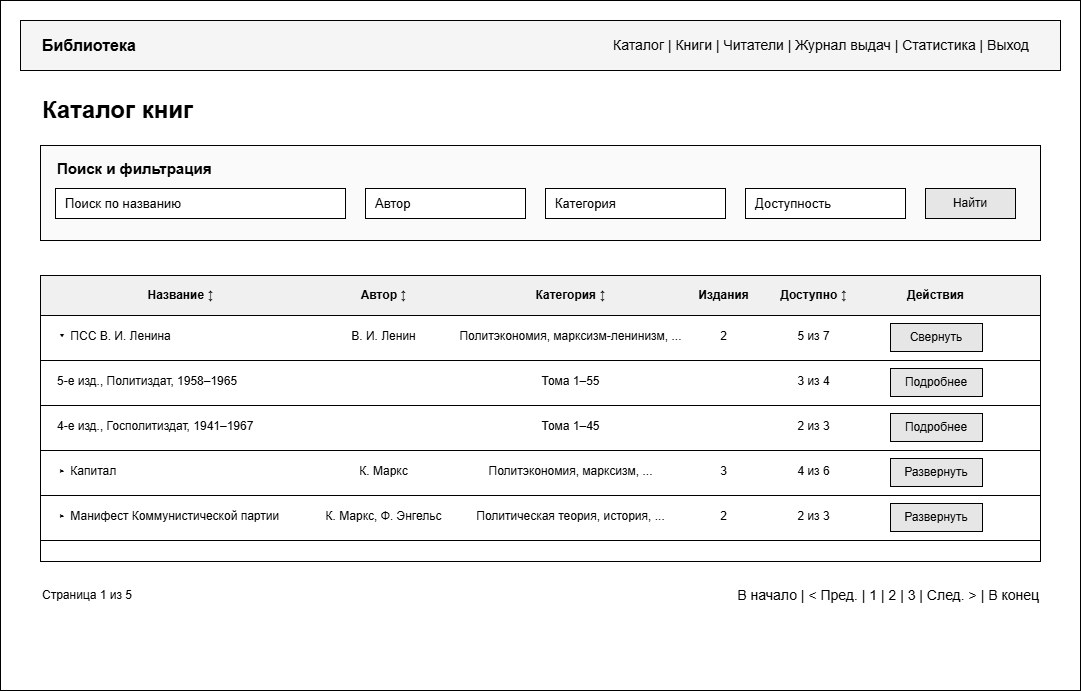
Mark-Lender-241-3211/KP_WebDev_4sem keeps this draw.io diagram as report/images/catalog_wireframe.png. Above is the earlier version. Source tidied: cells renumbered, new cells last; positions are measured from the earlier drawing's top-left corner, leaving out a move shared by most shapes.
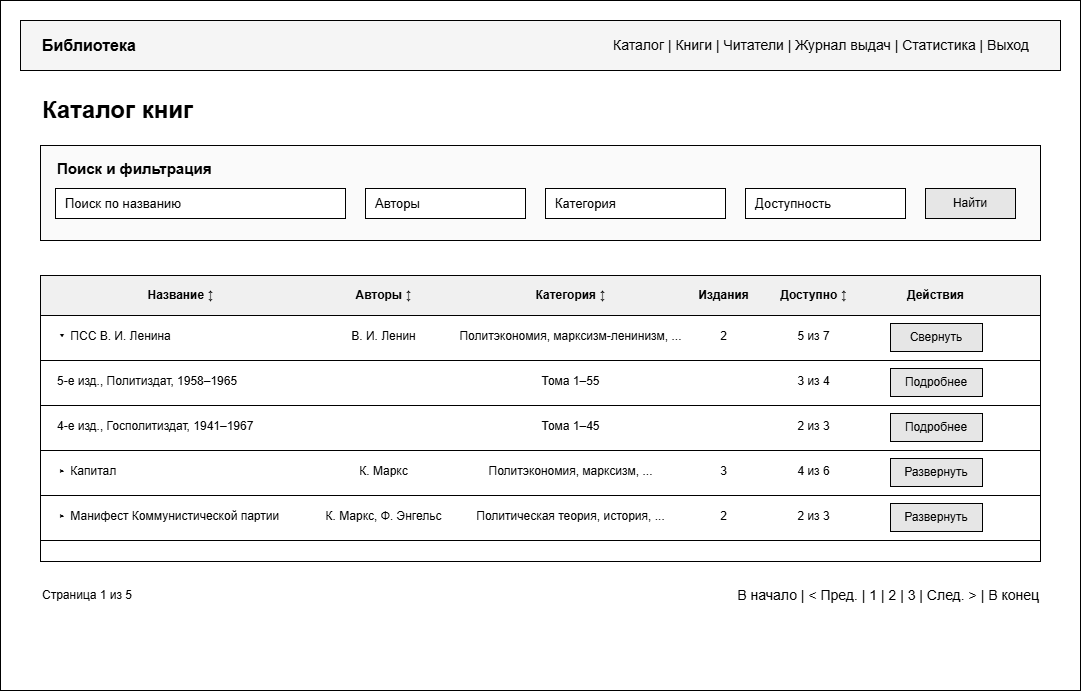
The same file after the commit.

Diff of the diagram source:
```diff
@@ -26,7 +26,7 @@
     <mxCell id="9" value="Поиск по названию" style="rounded=0;whiteSpace=wrap;html=1;fillColor=#ffffff;strokeColor=#000000;align=left;spacingLeft=8;fontSize=13;" parent="1" vertex="1">
       <mxGeometry x="55" y="188" width="290" height="30" as="geometry" />
     </mxCell>
-    <mxCell id="10" value="Автор" style="rounded=0;whiteSpace=wrap;html=1;fillColor=#ffffff;strokeColor=#000000;align=left;spacingLeft=8;fontSize=13;" parent="1" vertex="1">
+    <mxCell id="10" value="Авторы" style="rounded=0;whiteSpace=wrap;html=1;fillColor=#ffffff;strokeColor=#000000;align=left;spacingLeft=8;fontSize=13;" parent="1" vertex="1">
       <mxGeometry x="365" y="188" width="160" height="30" as="geometry" />
     </mxCell>
     <mxCell id="11" value="Категория" style="rounded=0;whiteSpace=wrap;html=1;fillColor=#ffffff;strokeColor=#000000;align=left;spacingLeft=8;fontSize=13;" parent="1" vertex="1">
@@ -47,7 +47,7 @@
     <mxCell id="16" value="Название ↕" style="text;html=1;strokeColor=none;fillColor=none;align=center;verticalAlign=middle;fontSize=12;fontStyle=1;" parent="1" vertex="1">
       <mxGeometry x="55" y="285" width="250" height="20" as="geometry" />
     </mxCell>
-    <mxCell id="17" value="Автор ↕" style="text;html=1;strokeColor=none;fillColor=none;align=center;verticalAlign=middle;fontSize=12;fontStyle=1;" parent="1" vertex="1">
+    <mxCell id="17" value="Авторы ↕" style="text;html=1;strokeColor=none;fillColor=none;align=center;verticalAlign=middle;fontSize=12;fontStyle=1;" parent="1" vertex="1">
       <mxGeometry x="308" y="285" width="150" height="20" as="geometry" />
     </mxCell>
     <mxCell id="18" value="Категория ↕" style="text;html=1;strokeColor=none;fillColor=none;align=center;verticalAlign=middle;fontSize=12;fontStyle=1;" parent="1" vertex="1">
```
